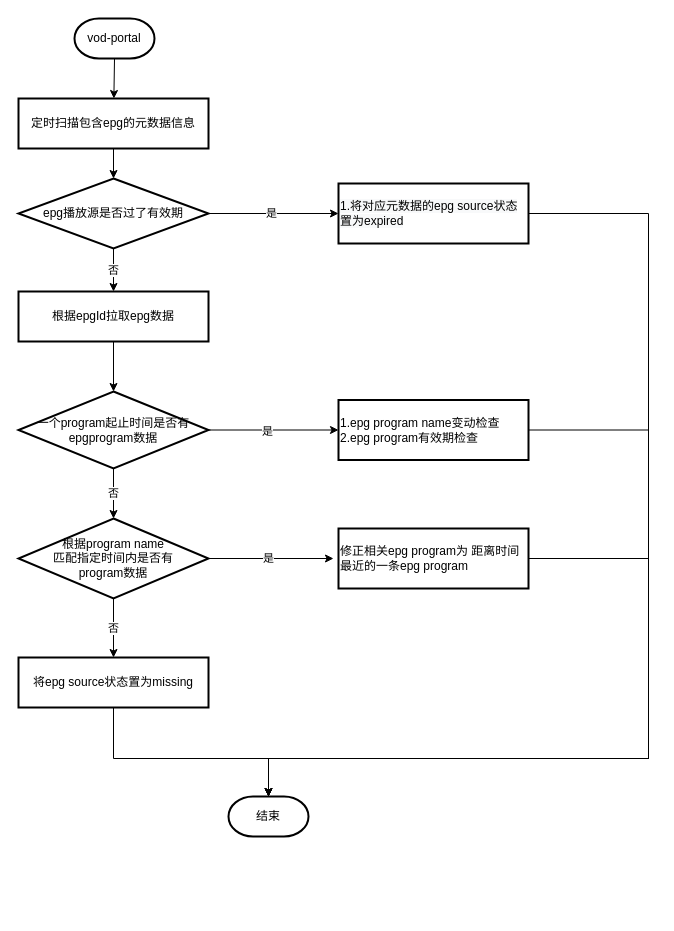
Earlier version of the draw.io diagram page "6.定时更新epg数据" (6 of 6) of liveEPG转VOD.drawio (beixiaohai/goose). Source tidied: cells renumbered, new cells numbered last; positions are measured from the earlier drawing's top-left corner, leaving out a move shared by most shapes. Both pictures are drawn from the tidied source at 100%, with x=0, y=0 at pixel (18, 18).
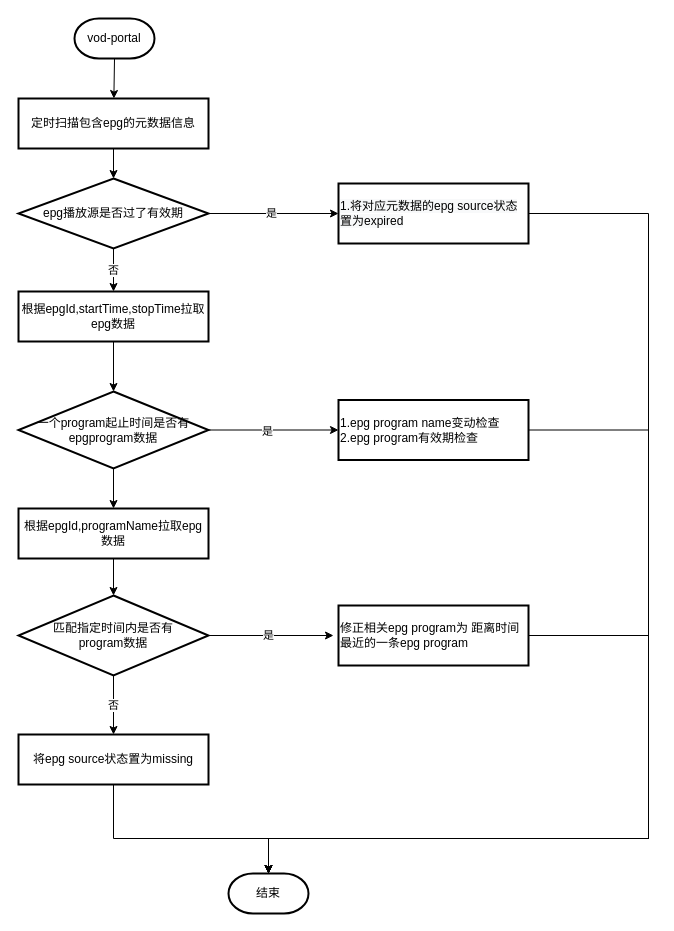
The same diagram, later.

Unchanged cells that the change refers to:
```xml
<mxCell id="12" value="一个program起止时间是否有epgprogram数据" style="strokeWidth=2;html=1;shape=mxgraph.flowchart.decision;whiteSpace=wrap;rounded=0;" parent="1" vertex="1">
  <mxGeometry y="373" width="190" height="77" as="geometry" />
</mxCell>
<mxCell id="14" value="1.epg program name变动检查&lt;br&gt;2.epg program有效期检查" style="rounded=0;whiteSpace=wrap;html=1;absoluteArcSize=1;arcSize=14;strokeWidth=2;align=left;" parent="1" vertex="1">
  <mxGeometry x="320" y="381.5" width="190" height="60" as="geometry" />
</mxCell>
<mxCell id="27" value="&lt;span style=&quot;color: rgb(0, 0, 0); font-family: Helvetica; font-size: 12px; font-style: normal; font-variant-ligatures: normal; font-variant-caps: normal; font-weight: 400; letter-spacing: normal; orphans: 2; text-align: center; text-indent: 0px; text-transform: none; widows: 2; word-spacing: 0px; -webkit-text-stroke-width: 0px; background-color: rgb(248, 249, 250); text-decoration-style: initial; text-decoration-color: initial; float: none; display: inline !important;&quot;&gt;1.将对应元数据的epg source状态置为&lt;span style=&quot;background-color: initial; text-align: left;&quot;&gt;expired&lt;/span&gt;&lt;br&gt;&lt;/span&gt;" style="rounded=0;whiteSpace=wrap;html=1;absoluteArcSize=1;arcSize=14;strokeWidth=2;align=left;" parent="1" vertex="1">
  <mxGeometry x="320" y="165" width="190" height="60" as="geometry" />
</mxCell>
```

Change to the diagram source:
```diff
@@
-    <mxCell id="8" value="根据epgId拉取epg数据" style="rounded=0;whiteSpace=wrap;html=1;absoluteArcSize=1;arcSize=14;strokeWidth=2;" parent="1" vertex="1">
+    <mxCell id="8" value="根据epgId,startTime,stopTime拉取epg数据" style="rounded=0;whiteSpace=wrap;html=1;absoluteArcSize=1;arcSize=14;strokeWidth=2;" parent="1" vertex="1">
       <mxGeometry y="273" width="190" height="50" as="geometry" />
     </mxCell>
@@
-    <mxCell id="11" value="否" style="edgeStyle=none;rounded=0;jettySize=auto;html=1;exitX=0.5;exitY=1;exitDx=0;exitDy=0;exitPerimeter=0;entryX=0.5;entryY=0;entryDx=0;entryDy=0;entryPerimeter=0;shadow=0;startArrow=none;startFill=0;" parent="1" edge="1" source="12" target="18">
-      <mxGeometry relative="1" as="geometry" />
-    </mxCell>
+    <mxCell id="29" style="edgeStyle=none;rounded=0;jettySize=auto;html=1;exitX=0.5;exitY=1;exitDx=0;exitDy=0;exitPerimeter=0;entryX=0.5;entryY=0;entryDx=0;entryDy=0;shadow=0;startArrow=none;startFill=0;" parent="1" edge="1" source="12" target="31">
+      <mxGeometry relative="1" as="geometry" />
+    </mxCell>
@@
     <mxCell id="13" style="edgeStyle=orthogonalEdgeStyle;rounded=0;jettySize=auto;html=1;exitX=1;exitY=0.5;exitDx=0;exitDy=0;entryX=0.5;entryY=0;entryDx=0;entryDy=0;entryPerimeter=0;shadow=0;startArrow=none;startFill=0;" parent="1" edge="1" source="14" target="28">
       <mxGeometry relative="1" as="geometry">
         <Array as="points">
           <mxPoint x="630" y="412" />
-          <mxPoint x="630" y="740" />
-          <mxPoint x="250" y="740" />
+          <mxPoint x="630" y="820" />
+          <mxPoint x="250" y="820" />
         </Array>
       </mxGeometry>
     </mxCell>
@@
     <mxCell id="15" style="edgeStyle=none;rounded=0;jettySize=auto;html=1;exitX=0.5;exitY=1;exitDx=0;exitDy=0;entryX=0.5;entryY=0;entryDx=0;entryDy=0;entryPerimeter=0;shadow=0;startArrow=none;startFill=0;" parent="1" edge="1" target="18">
       <mxGeometry relative="1" as="geometry">
-        <mxPoint x="95" y="583" as="sourcePoint" />
+        <mxPoint x="95" y="660" as="sourcePoint" />
       </mxGeometry>
     </mxCell>
@@
     <mxCell id="17" value="是" style="edgeStyle=none;rounded=0;orthogonalLoop=1;jettySize=auto;html=1;exitX=1;exitY=0.5;exitDx=0;exitDy=0;exitPerimeter=0;entryX=0;entryY=0.5;entryDx=0;entryDy=0;shadow=0;startArrow=none;startFill=0;" parent="1" edge="1">
       <mxGeometry relative="1" as="geometry">
-        <mxPoint x="185" y="540" as="sourcePoint" />
-        <mxPoint x="315" y="540" as="targetPoint" />
+        <mxPoint x="185" y="617" as="sourcePoint" />
+        <mxPoint x="315" y="617" as="targetPoint" />
       </mxGeometry>
     </mxCell>
-    <mxCell id="18" value="根据program name&lt;br&gt;匹配指定时间内是否有&lt;br&gt;program数据" style="strokeWidth=2;html=1;shape=mxgraph.flowchart.decision;whiteSpace=wrap;rounded=0;" parent="1" vertex="1">
-      <mxGeometry y="500" width="190" height="80" as="geometry" />
+    <mxCell id="18" value="匹配指定时间内是否有&lt;br&gt;program数据" style="strokeWidth=2;html=1;shape=mxgraph.flowchart.decision;whiteSpace=wrap;rounded=0;" parent="1" vertex="1">
+      <mxGeometry y="577" width="190" height="80" as="geometry" />
     </mxCell>
-    <mxCell id="19" style="edgeStyle=orthogonalEdgeStyle;rounded=0;jettySize=auto;html=1;exitX=1;exitY=0.5;exitDx=0;exitDy=0;entryX=0.5;entryY=0;entryDx=0;entryDy=0;entryPerimeter=0;shadow=0;startArrow=none;startFill=0;" parent="1" edge="1" source="20" target="28">
-      <mxGeometry relative="1" as="geometry">
-        <Array as="points">
-          <mxPoint x="630" y="540" />
-          <mxPoint x="630" y="740" />
-          <mxPoint x="250" y="740" />
-        </Array>
-      </mxGeometry>
-    </mxCell>
     <mxCell id="20" value="修正相关epg program为 距离时间最近的一条epg program" style="rounded=0;whiteSpace=wrap;html=1;absoluteArcSize=1;arcSize=14;strokeWidth=2;align=left;" parent="1" vertex="1">
-      <mxGeometry x="320" y="510" width="190" height="60" as="geometry" />
+      <mxGeometry x="320" y="587" width="190" height="60" as="geometry" />
     </mxCell>
     <mxCell id="21" style="edgeStyle=orthogonalEdgeStyle;rounded=0;jettySize=auto;html=1;exitX=0.5;exitY=1;exitDx=0;exitDy=0;entryX=0.5;entryY=0;entryDx=0;entryDy=0;entryPerimeter=0;shadow=0;startArrow=none;startFill=0;" parent="1" edge="1" source="22" target="28">
       <mxGeometry relative="1" as="geometry">
         <Array as="points">
-          <mxPoint x="95" y="740" />
-          <mxPoint x="250" y="740" />
+          <mxPoint x="95" y="820" />
+          <mxPoint x="250" y="820" />
         </Array>
       </mxGeometry>
     </mxCell>
     <mxCell id="22" value="将epg source状态置为missing" style="rounded=0;whiteSpace=wrap;html=1;absoluteArcSize=1;arcSize=14;strokeWidth=2;" parent="1" vertex="1">
-      <mxGeometry y="639" width="190" height="50" as="geometry" />
+      <mxGeometry y="716" width="190" height="50" as="geometry" />
     </mxCell>
@@
     <mxCell id="26" style="edgeStyle=orthogonalEdgeStyle;rounded=0;jettySize=auto;html=1;exitX=1;exitY=0.5;exitDx=0;exitDy=0;entryX=0.5;entryY=0;entryDx=0;entryDy=0;entryPerimeter=0;shadow=0;startArrow=none;startFill=0;" parent="1" edge="1" source="27" target="28">
       <mxGeometry relative="1" as="geometry">
         <Array as="points">
           <mxPoint x="630" y="195" />
-          <mxPoint x="630" y="740" />
-          <mxPoint x="250" y="740" />
+          <mxPoint x="630" y="820" />
+          <mxPoint x="250" y="820" />
         </Array>
       </mxGeometry>
     </mxCell>
@@
     <mxCell id="28" value="结束" style="strokeWidth=2;html=1;shape=mxgraph.flowchart.terminator;whiteSpace=wrap;" parent="1" vertex="1">
-      <mxGeometry x="210" y="778" width="80" height="40" as="geometry" />
+      <mxGeometry x="210" y="855" width="80" height="40" as="geometry" />
     </mxCell>
+    <mxCell id="30" style="edgeStyle=none;rounded=0;jettySize=auto;html=1;exitX=0.5;exitY=1;exitDx=0;exitDy=0;entryX=0.5;entryY=0;entryDx=0;entryDy=0;entryPerimeter=0;shadow=0;startArrow=none;startFill=0;" parent="1" edge="1" source="31" target="18">
+      <mxGeometry relative="1" as="geometry" />
+    </mxCell>
+    <mxCell id="31" value="根据epgId,programName拉取epg数据" style="rounded=0;whiteSpace=wrap;html=1;absoluteArcSize=1;arcSize=14;strokeWidth=2;" parent="1" vertex="1">
+      <mxGeometry y="490" width="190" height="50" as="geometry" />
+    </mxCell>
+    <mxCell id="32" style="edgeStyle=orthogonalEdgeStyle;rounded=0;jettySize=auto;html=1;exitX=1;exitY=0.5;exitDx=0;exitDy=0;entryX=0.5;entryY=0;entryDx=0;entryDy=0;entryPerimeter=0;shadow=0;startArrow=none;startFill=0;" parent="1" edge="1" source="20" target="28">
+      <mxGeometry relative="1" as="geometry">
+        <Array as="points">
+          <mxPoint x="630" y="617" />
+          <mxPoint x="630" y="820" />
+          <mxPoint x="250" y="820" />
+        </Array>
+      </mxGeometry>
+    </mxCell>
+    <mxCell id="33" style="edgeStyle=orthogonalEdgeStyle;rounded=0;jettySize=auto;html=1;exitX=1;exitY=0.5;exitDx=0;exitDy=0;entryX=0.5;entryY=0;entryDx=0;entryDy=0;entryPerimeter=0;shadow=0;startArrow=none;startFill=0;" parent="1" edge="1" source="20" target="28">
+      <mxGeometry relative="1" as="geometry">
+        <Array as="points">
+          <mxPoint x="630" y="617" />
+          <mxPoint x="630" y="820" />
+          <mxPoint x="250" y="820" />
+        </Array>
+      </mxGeometry>
+    </mxCell>
```
